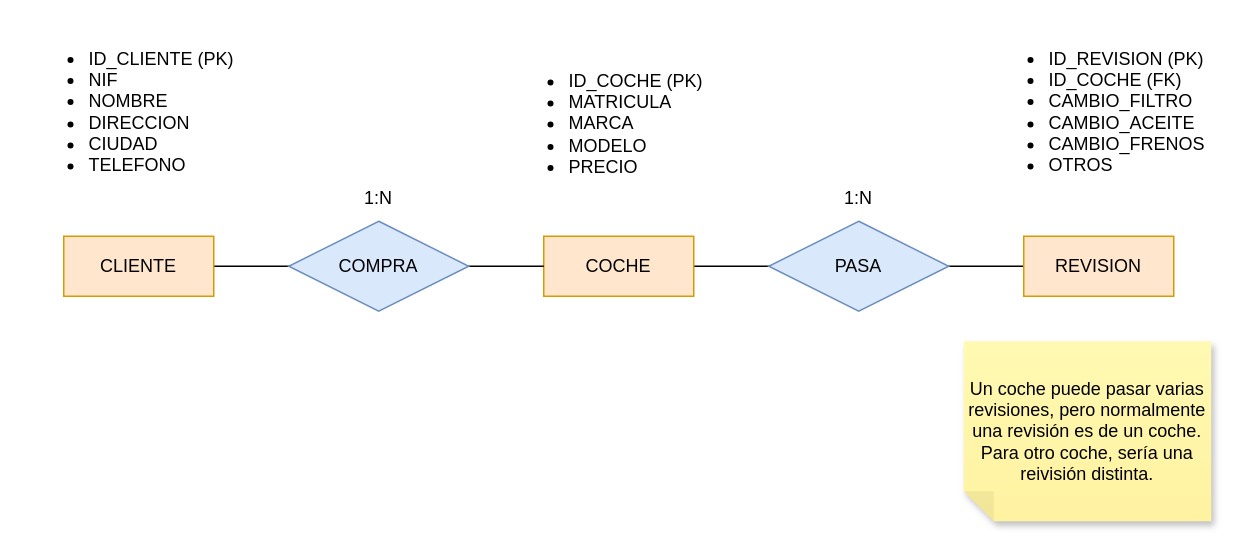
Earlier version of the draw.io diagram E9. Coche-revision.drawio (Milikituki/PracticasBBDD). Source tidied: cells renumbered, new cells numbered last; positions are measured from the earlier drawing's top-left corner, leaving out a move shared by most shapes. Both pictures are drawn from the tidied source at 150%, with x=0, y=0 at pixel (26, 26).
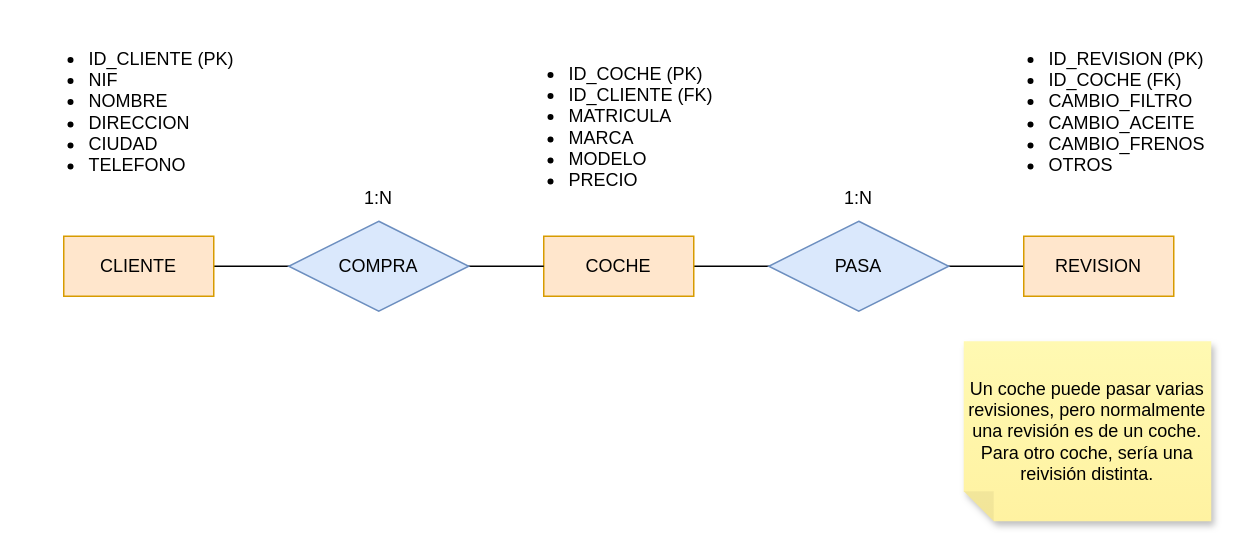
The same page after the edit.

What changed in the source:
```diff
@@
 <mxGraphModel>
   <root>
     <mxCell id="0" />
     <mxCell id="1" parent="0" />
     <mxCell id="2" style="edgeStyle=orthogonalEdgeStyle;rounded=0;jettySize=auto;html=1;entryX=0;entryY=0.5;entryDx=0;entryDy=0;endArrow=none;endFill=0;" parent="1" edge="1" source="3" target="6">
       <mxGeometry relative="1" as="geometry" />
     </mxCell>
     <mxCell id="3" value="COCHE" style="whiteSpace=wrap;html=1;align=center;fillColor=#ffe6cc;strokeColor=#d79b00;" parent="1" vertex="1">
       <mxGeometry x="345" y="140" width="100" height="40" as="geometry" />
     </mxCell>
     <mxCell id="4" style="edgeStyle=orthogonalEdgeStyle;rounded=0;jettySize=auto;html=1;entryX=0;entryY=0.5;entryDx=0;entryDy=0;endArrow=none;endFill=0;" parent="1" edge="1" source="5" target="3">
       <mxGeometry relative="1" as="geometry" />
     </mxCell>
     <mxCell id="5" value="CLIENTE" style="whiteSpace=wrap;html=1;align=center;fillColor=#ffe6cc;strokeColor=#d79b00;" parent="1" vertex="1">
       <mxGeometry x="25" y="140" width="100" height="40" as="geometry" />
     </mxCell>
     <mxCell id="6" value="REVISION" style="whiteSpace=wrap;html=1;align=center;fillColor=#ffe6cc;strokeColor=#d79b00;" parent="1" vertex="1">
       <mxGeometry x="665" y="140" width="100" height="40" as="geometry" />
     </mxCell>
     <mxCell id="7" value="COMPRA" style="shape=rhombus;perimeter=rhombusPerimeter;whiteSpace=wrap;html=1;align=center;fillColor=#dae8fc;strokeColor=#6c8ebf;" parent="1" vertex="1">
       <mxGeometry x="175" y="130" width="120" height="60" as="geometry" />
     </mxCell>
     <mxCell id="8" value="PASA" style="shape=rhombus;perimeter=rhombusPerimeter;whiteSpace=wrap;html=1;align=center;fillColor=#dae8fc;strokeColor=#6c8ebf;" parent="1" vertex="1">
       <mxGeometry x="495" y="130" width="120" height="60" as="geometry" />
     </mxCell>
     <mxCell id="9" value="&lt;ul&gt;&lt;li&gt;ID_CLIENTE (PK)&lt;/li&gt;&lt;li&gt;NIF&lt;/li&gt;&lt;li&gt;NOMBRE&lt;/li&gt;&lt;li&gt;DIRECCION&lt;/li&gt;&lt;li&gt;CIUDAD&lt;/li&gt;&lt;li&gt;TELEFONO&lt;/li&gt;&lt;/ul&gt;" style="text;strokeColor=none;fillColor=none;html=1;whiteSpace=wrap;verticalAlign=middle;overflow=hidden;" parent="1" vertex="1">
       <mxGeometry width="150" height="110" as="geometry" />
     </mxCell>
-    <mxCell id="10" value="&lt;ul&gt;&lt;li&gt;ID_COCHE (PK)&lt;/li&gt;&lt;li&gt;MATRICULA&lt;/li&gt;&lt;li&gt;MARCA&lt;/li&gt;&lt;li&gt;MODELO&lt;/li&gt;&lt;li&gt;PRECIO&lt;/li&gt;&lt;/ul&gt;" style="text;strokeColor=none;fillColor=none;html=1;whiteSpace=wrap;verticalAlign=middle;overflow=hidden;" parent="1" vertex="1">
+    <mxCell id="10" value="&lt;ul&gt;&lt;li&gt;ID_COCHE (PK)&lt;/li&gt;&lt;li&gt;ID_CLIENTE (FK)&lt;/li&gt;&lt;li&gt;MATRICULA&lt;/li&gt;&lt;li&gt;MARCA&lt;/li&gt;&lt;li&gt;MODELO&lt;/li&gt;&lt;li&gt;PRECIO&lt;/li&gt;&lt;/ul&gt;" style="text;strokeColor=none;fillColor=none;html=1;whiteSpace=wrap;verticalAlign=middle;overflow=hidden;" parent="1" vertex="1">
       <mxGeometry x="320" y="10" width="150" height="110" as="geometry" />
     </mxCell>
     <mxCell id="11" value="&lt;ul&gt;&lt;li&gt;ID_REVISION (PK)&lt;/li&gt;&lt;li&gt;ID_COCHE (FK)&lt;/li&gt;&lt;li&gt;CAMBIO_FILTRO&lt;/li&gt;&lt;li&gt;CAMBIO_ACEITE&lt;/li&gt;&lt;li&gt;CAMBIO_FRENOS&lt;/li&gt;&lt;li&gt;OTROS&lt;/li&gt;&lt;/ul&gt;" style="text;strokeColor=none;fillColor=none;html=1;whiteSpace=wrap;verticalAlign=middle;overflow=hidden;" parent="1" vertex="1">
       <mxGeometry x="640" width="150" height="110" as="geometry" />
     </mxCell>
     <mxCell id="12" value="1:N" style="text;html=1;whiteSpace=wrap;strokeColor=none;fillColor=none;align=center;verticalAlign=middle;rounded=0;" parent="1" vertex="1">
       <mxGeometry x="205" y="100" width="60" height="30" as="geometry" />
     </mxCell>
     <mxCell id="13" value="1:N" style="text;html=1;whiteSpace=wrap;strokeColor=none;fillColor=none;align=center;verticalAlign=middle;rounded=0;" parent="1" vertex="1">
       <mxGeometry x="525" y="100" width="60" height="30" as="geometry" />
     </mxCell>
     <mxCell id="14" value="Un coche puede pasar varias revisiones, pero normalmente una revisión es de un coche. Para otro coche, sería una reivisión distinta." style="shape=note;whiteSpace=wrap;html=1;backgroundOutline=1;fontColor=#000000;darkOpacity=0.05;fillColor=#FFF9B2;strokeColor=none;fillStyle=solid;direction=west;gradientDirection=north;gradientColor=#FFF2A1;shadow=1;size=20;" parent="1" vertex="1">
       <mxGeometry x="625" y="210" width="165" height="120" as="geometry" />
     </mxCell>
   </root>
 </mxGraphModel>
```
